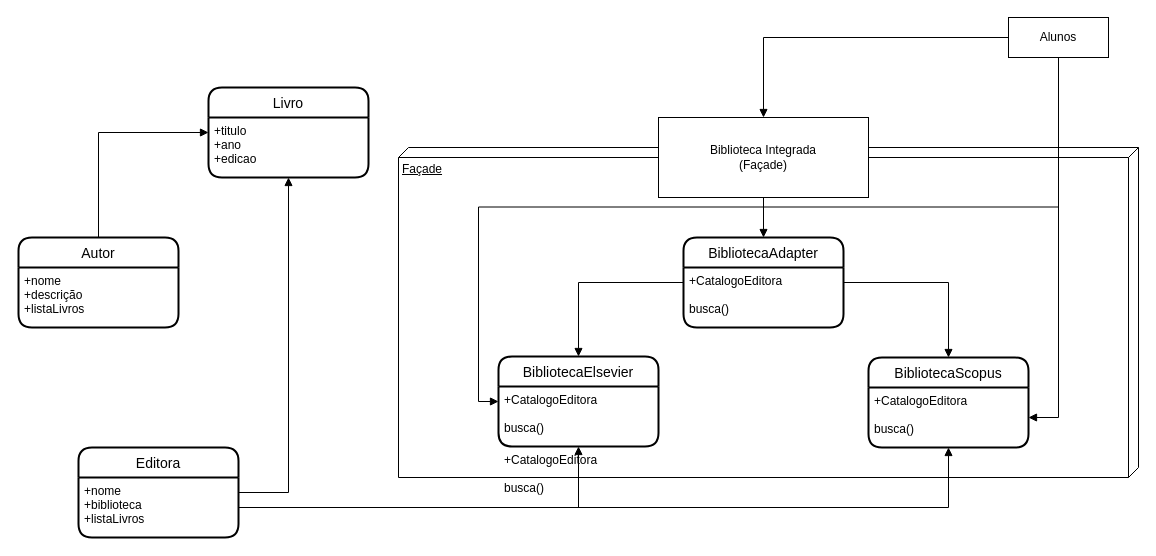
MatheusSantosDev/diagramas-UML keeps this draw.io diagram as exercicio_Extra_3.drawio. Above is the earlier version. Source tidied: cells renumbered, new cells numbered last; positions are measured from the earlier drawing's top-left corner, leaving out a move shared by most shapes. Both pictures are drawn from the tidied source at 100%, with x=0, y=0 at pixel (18, 17).
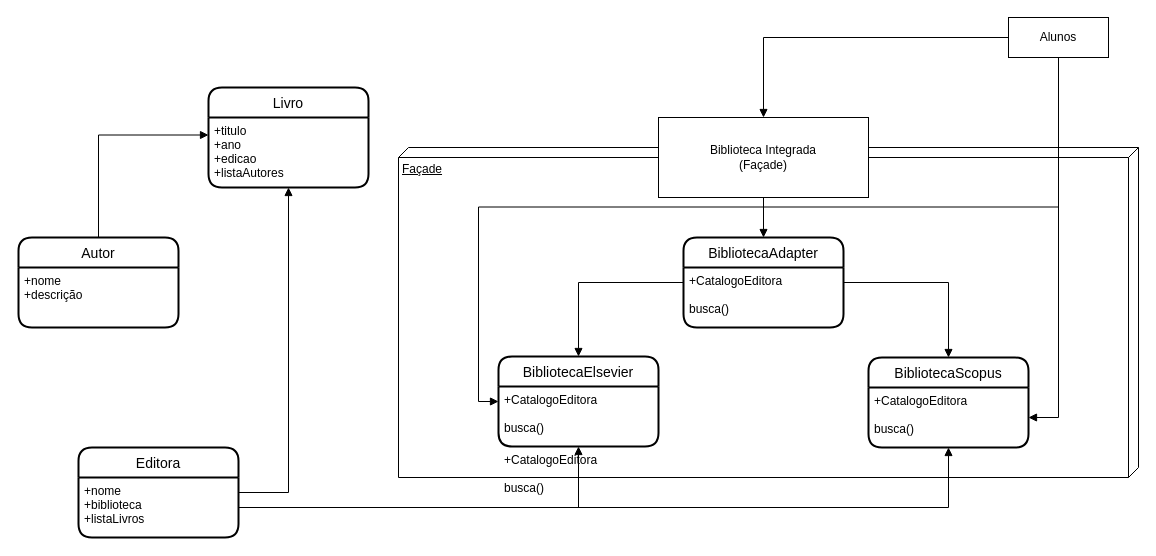
After the change.

The change refers to these unchanged cells:
```xml
<mxCell id="6" value="Autor" style="swimlane;horizontal=1;startSize=30;rounded=1;fontSize=14;fontStyle=0;strokeWidth=2;shadow=0;dashed=0;align=center;" parent="1" vertex="1">
  <mxGeometry y="220" width="160" height="90" as="geometry" />
</mxCell>
```

Diff of the diagram source:
```diff
@@
     <mxCell id="3" value="Livro" style="swimlane;horizontal=1;startSize=30;rounded=1;fontSize=14;fontStyle=0;strokeWidth=2;shadow=0;dashed=0;align=center;" parent="1" vertex="1">
-      <mxGeometry x="190" y="70" width="160" height="90" as="geometry" />
+      <mxGeometry x="190" y="70" width="160" height="100" as="geometry" />
     </mxCell>
-    <mxCell id="4" value="+titulo&#10;+ano&#10;+edicao" style="align=left;strokeColor=none;fillColor=none;spacingLeft=4;fontSize=12;verticalAlign=top;" parent="3" vertex="1">
-      <mxGeometry y="30" width="160" height="60" as="geometry" />
+    <mxCell id="4" value="+titulo&#10;+ano&#10;+edicao&#10;+listaAutores" style="align=left;strokeColor=none;fillColor=none;spacingLeft=4;fontSize=12;verticalAlign=top;" parent="3" vertex="1">
+      <mxGeometry y="30" width="160" height="70" as="geometry" />
     </mxCell>
@@
-    <mxCell id="7" value="+nome&#10;+descrição&#10;+listaLivros" style="align=left;strokeColor=none;fillColor=none;spacingLeft=4;fontSize=12;verticalAlign=top;" parent="6" vertex="1">
+    <mxCell id="7" value="+nome&#10;+descrição" style="align=left;strokeColor=none;fillColor=none;spacingLeft=4;fontSize=12;verticalAlign=top;" parent="6" vertex="1">
       <mxGeometry y="30" width="160" height="60" as="geometry" />
     </mxCell>
```
